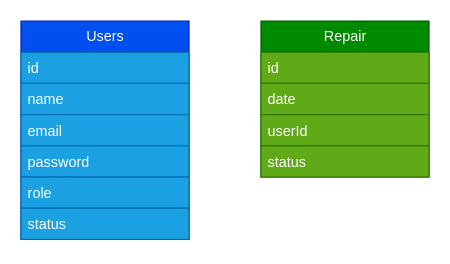
The draw.io diagram diagramaEntidadRelacion.drawio in jhonwid/diary-repais-app, before the edit. Source tidied: cells renumbered, new cells numbered last; positions are measured from the earlier drawing's top-left corner, leaving out a move shared by most shapes. Both pictures are drawn from the tidied source at 120%, with x=0, y=0 at pixel (20, 20).
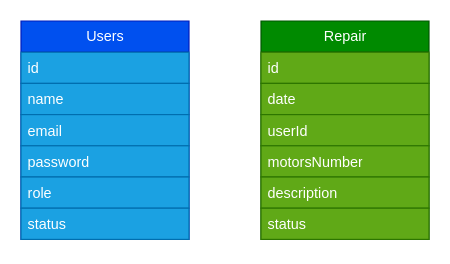
Above is the later version.

What changed in the source:
```diff
@@
 <mxGraphModel>
   <root>
     <mxCell id="0" />
     <mxCell id="1" parent="0" />
     <mxCell id="2" value="Users" style="swimlane;fontStyle=0;horizontal=1;startSize=26;fillColor=#0050ef;html=1;fontColor=#ffffff;strokeColor=#001DBC;" parent="1" vertex="1">
       <mxGeometry width="140" height="182" as="geometry" />
     </mxCell>
     <mxCell id="3" value="id" style="text;strokeColor=#006EAF;fillColor=#1ba1e2;align=left;verticalAlign=top;spacingLeft=4;spacingRight=4;overflow=hidden;whiteSpace=wrap;html=1;fontColor=#ffffff;" parent="2" vertex="1">
       <mxGeometry y="26" width="140" height="26" as="geometry" />
     </mxCell>
     <mxCell id="4" value="name" style="text;strokeColor=#006EAF;fillColor=#1ba1e2;align=left;verticalAlign=top;spacingLeft=4;spacingRight=4;overflow=hidden;whiteSpace=wrap;html=1;fontColor=#ffffff;" parent="2" vertex="1">
       <mxGeometry y="52" width="140" height="26" as="geometry" />
     </mxCell>
     <mxCell id="5" value="email" style="text;strokeColor=#006EAF;fillColor=#1ba1e2;align=left;verticalAlign=top;spacingLeft=4;spacingRight=4;overflow=hidden;whiteSpace=wrap;html=1;fontColor=#ffffff;" parent="2" vertex="1">
       <mxGeometry y="78" width="140" height="26" as="geometry" />
     </mxCell>
     <mxCell id="6" value="password" style="text;strokeColor=#006EAF;fillColor=#1ba1e2;align=left;verticalAlign=top;spacingLeft=4;spacingRight=4;overflow=hidden;whiteSpace=wrap;html=1;fontColor=#ffffff;" parent="2" vertex="1">
       <mxGeometry y="104" width="140" height="26" as="geometry" />
     </mxCell>
     <mxCell id="7" value="role" style="text;strokeColor=#006EAF;fillColor=#1ba1e2;align=left;verticalAlign=top;spacingLeft=4;spacingRight=4;overflow=hidden;whiteSpace=wrap;html=1;fontColor=#ffffff;" parent="2" vertex="1">
       <mxGeometry y="130" width="140" height="26" as="geometry" />
     </mxCell>
     <mxCell id="8" value="status" style="text;strokeColor=#006EAF;fillColor=#1ba1e2;align=left;verticalAlign=top;spacingLeft=4;spacingRight=4;overflow=hidden;whiteSpace=wrap;html=1;fontColor=#ffffff;" parent="2" vertex="1">
       <mxGeometry y="156" width="140" height="26" as="geometry" />
     </mxCell>
     <mxCell id="9" value="Repair" style="swimlane;fontStyle=0;horizontal=1;startSize=26;fillColor=#008a00;html=1;fontColor=#ffffff;strokeColor=#005700;" parent="1" vertex="1">
-      <mxGeometry x="200" width="140" height="130" as="geometry" />
+      <mxGeometry x="200" width="140" height="182" as="geometry" />
     </mxCell>
     <mxCell id="10" value="id" style="text;strokeColor=#2D7600;fillColor=#60a917;align=left;verticalAlign=top;spacingLeft=4;spacingRight=4;overflow=hidden;whiteSpace=wrap;html=1;fontColor=#ffffff;" parent="9" vertex="1">
       <mxGeometry y="26" width="140" height="26" as="geometry" />
     </mxCell>
     <mxCell id="11" value="date" style="text;strokeColor=#2D7600;fillColor=#60a917;align=left;verticalAlign=top;spacingLeft=4;spacingRight=4;overflow=hidden;whiteSpace=wrap;html=1;fontColor=#ffffff;" parent="9" vertex="1">
       <mxGeometry y="52" width="140" height="26" as="geometry" />
     </mxCell>
     <mxCell id="12" value="userId" style="text;strokeColor=#2D7600;fillColor=#60a917;align=left;verticalAlign=top;spacingLeft=4;spacingRight=4;overflow=hidden;whiteSpace=wrap;html=1;fontColor=#ffffff;" parent="9" vertex="1">
       <mxGeometry y="78" width="140" height="26" as="geometry" />
     </mxCell>
-    <mxCell id="13" value="status&lt;br&gt;" style="text;strokeColor=#2D7600;fillColor=#60a917;align=left;verticalAlign=top;spacingLeft=4;spacingRight=4;overflow=hidden;whiteSpace=wrap;html=1;fontColor=#ffffff;" parent="9" vertex="1">
+    <mxCell id="13" value="motorsNumber" style="text;strokeColor=#2D7600;fillColor=#60a917;align=left;verticalAlign=top;spacingLeft=4;spacingRight=4;overflow=hidden;whiteSpace=wrap;html=1;fontColor=#ffffff;" parent="9" vertex="1">
       <mxGeometry y="104" width="140" height="26" as="geometry" />
     </mxCell>
+    <mxCell id="14" value="description" style="text;strokeColor=#2D7600;fillColor=#60a917;align=left;verticalAlign=top;spacingLeft=4;spacingRight=4;overflow=hidden;whiteSpace=wrap;html=1;fontColor=#ffffff;" parent="9" vertex="1">
+      <mxGeometry y="130" width="140" height="26" as="geometry" />
+    </mxCell>
+    <mxCell id="15" value="status&lt;br&gt;" style="text;strokeColor=#2D7600;fillColor=#60a917;align=left;verticalAlign=top;spacingLeft=4;spacingRight=4;overflow=hidden;whiteSpace=wrap;html=1;fontColor=#ffffff;" parent="9" vertex="1">
+      <mxGeometry y="156" width="140" height="26" as="geometry" />
+    </mxCell>
   </root>
 </mxGraphModel>
```
